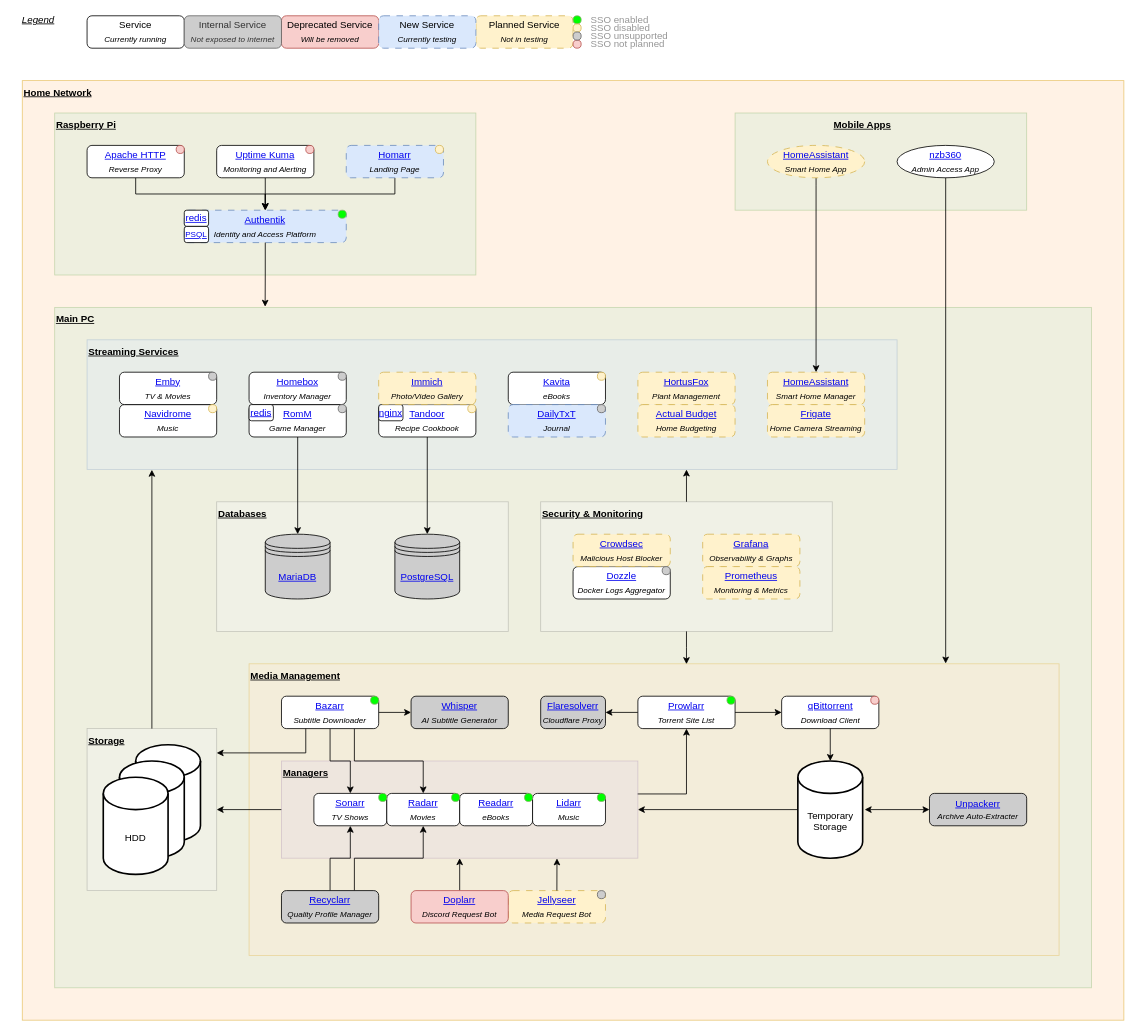
The draw.io diagram doc/home_theatre.drawio in zodac-personal/home_theatre, before the edit. Source tidied: cells renumbered, new cells numbered last; positions are measured from the earlier drawing's top-left corner, leaving out a move shared by most shapes. Both pictures are drawn from the tidied source at 81%, with x=0, y=0 at pixel (14, 15).
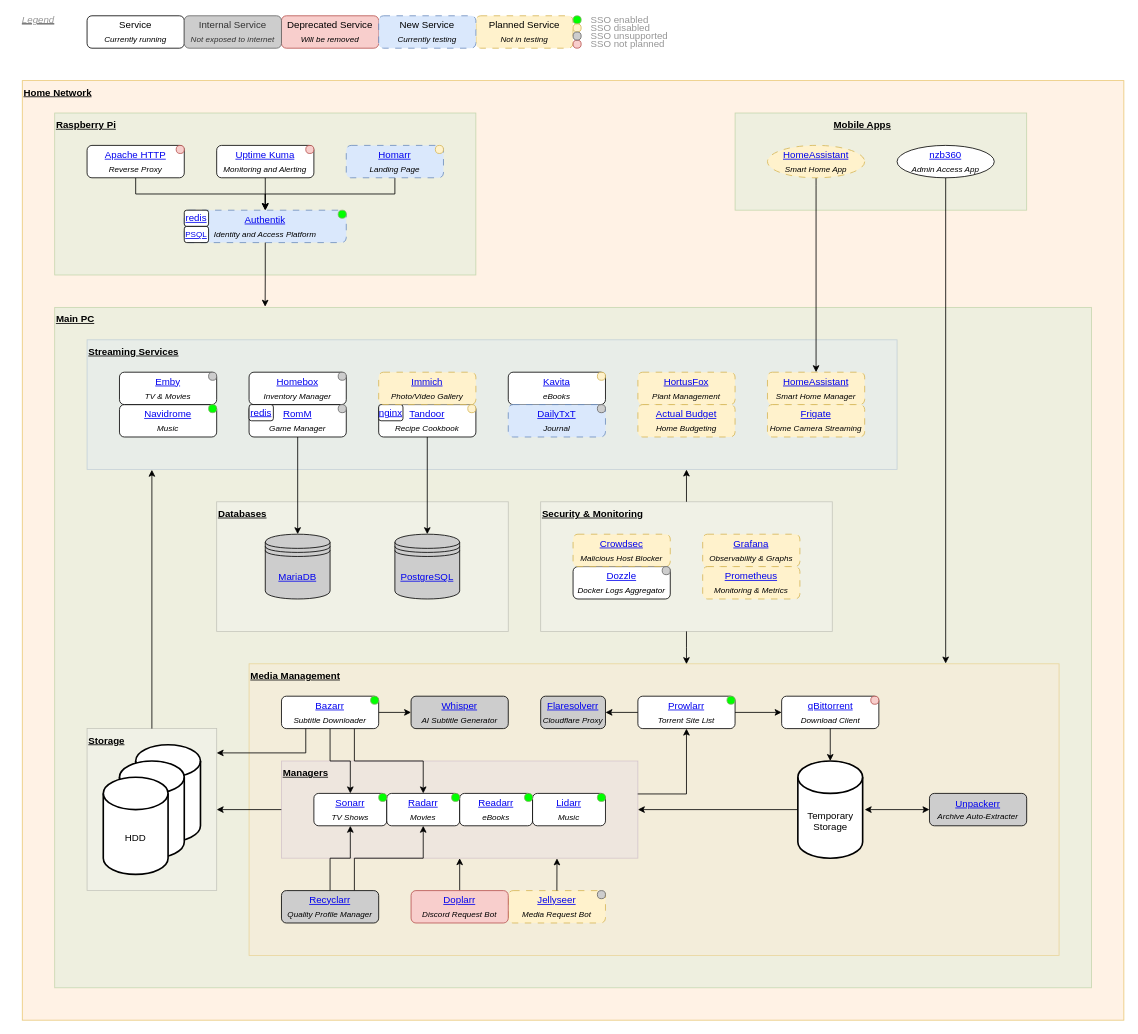
Above is the later version.

Diff of the diagram source:
```diff
@@
-    <mxCell id="110" value="&lt;i&gt;&lt;u&gt;Legend&lt;/u&gt;&lt;/i&gt;" style="text;html=1;align=center;verticalAlign=middle;whiteSpace=wrap;rounded=0;" parent="1" vertex="1">
+    <mxCell id="110" value="&lt;i&gt;&lt;u&gt;&lt;font color=&quot;#969696&quot;&gt;Legend&lt;/font&gt;&lt;/u&gt;&lt;/i&gt;" style="text;html=1;align=center;verticalAlign=middle;whiteSpace=wrap;rounded=0;" parent="1" vertex="1">
       <mxGeometry width="60" height="10" as="geometry" />
     </mxCell>
@@
-    <mxCell id="114" style="ellipse;whiteSpace=wrap;html=1;fillColor=#fff2cc;strokeColor=#d6b656;" parent="1" vertex="1">
-      <mxGeometry x="240" y="480" width="10" height="10" as="geometry" />
-    </mxCell>
@@
+    <mxCell id="127" style="ellipse;whiteSpace=wrap;html=1;fillColor=#00ff00;strokeColor=#82b366;" parent="1" vertex="1">
+      <mxGeometry x="240" y="480" width="10" height="10" as="geometry" />
+    </mxCell>
```
